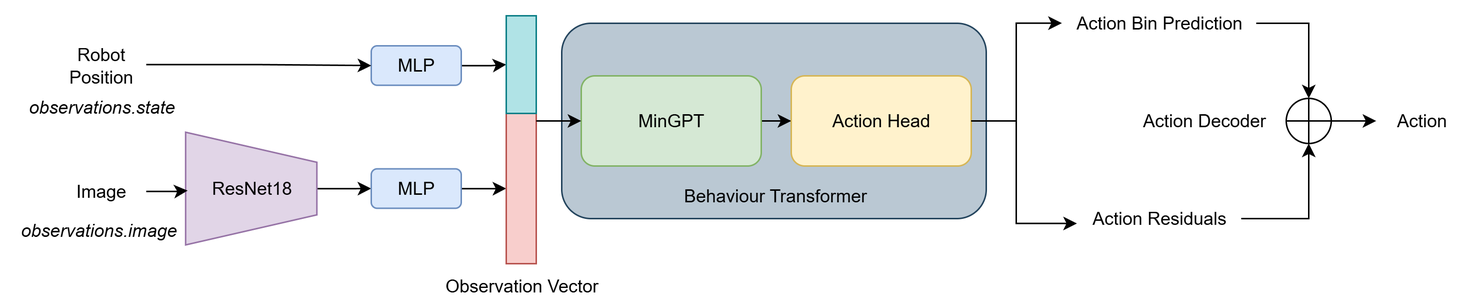
Above: figures/BeT_architecture.png in gautham-98/BeT-PushT (draw.io), before the change. Source tidied: cells renumbered, new cells last; positions are measured from the earlier drawing's top-left corner, leaving out a move shared by most shapes.
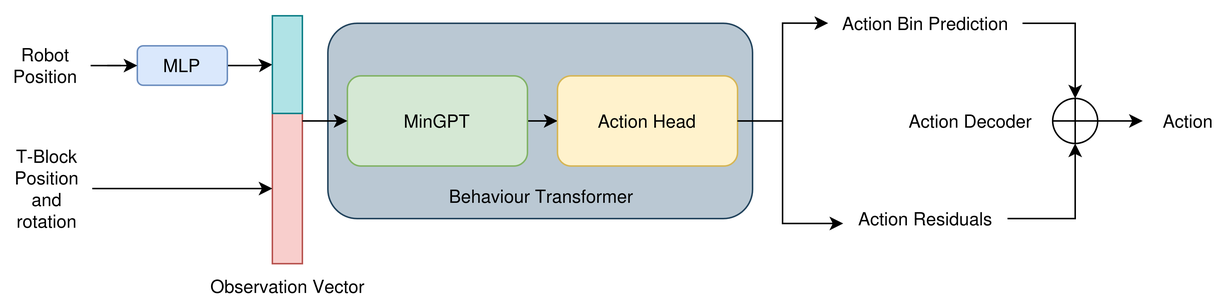
Above is the later version.

Change to the diagram source:
```diff
@@ -54,62 +54,41 @@
     <mxCell id="15" value="Action Decoder" style="text;html=1;align=center;verticalAlign=middle;strokeColor=none;fillColor=none;" parent="1" vertex="1">
       <mxGeometry x="748" y="65" width="110" height="30" as="geometry" />
     </mxCell>
-    <mxCell id="16" style="edgeStyle=orthogonalEdgeStyle;rounded=0;jettySize=auto;html=1;entryX=0;entryY=0.5;entryDx=0;entryDy=0;" parent="1" edge="1" source="17" target="20">
+    <mxCell id="16" style="edgeStyle=orthogonalEdgeStyle;rounded=0;jettySize=auto;html=1;entryX=0;entryY=0.5;entryDx=0;entryDy=0;" parent="1" edge="1" source="17" target="19">
       <mxGeometry relative="1" as="geometry" />
     </mxCell>
-    <mxCell id="17" style="shape=trapezoid;perimeter=trapezoidPerimeter;whiteSpace=wrap;html=1;fixedSize=1;rotation=90;fillColor=#e1d5e7;strokeColor=#9673a6;" parent="1" vertex="1">
-      <mxGeometry x="130.5" y="81.3" width="75" height="87.5" as="geometry" />
+    <mxCell id="17" value="MLP" style="rounded=1;whiteSpace=wrap;html=1;fillColor=#dae8fc;strokeColor=#6c8ebf;" parent="1" vertex="1">
+      <mxGeometry x="248" y="30" width="60" height="26.2" as="geometry" />
     </mxCell>
-    <mxCell id="18" value="ResNet18" style="text;html=1;align=center;verticalAlign=middle;points=[];strokeColor=none;fillColor=none;" parent="1" vertex="1">
-      <mxGeometry x="128" y="110" width="80" height="30" as="geometry" />
+    <mxCell id="18" style="rounded=0;whiteSpace=wrap;html=1;fillColor=#f8cecc;strokeColor=#b85450;" parent="1" vertex="1">
+      <mxGeometry x="338" y="75" width="20" height="100" as="geometry" />
     </mxCell>
-    <mxCell id="19" style="edgeStyle=orthogonalEdgeStyle;rounded=0;jettySize=auto;html=1;" parent="1" edge="1" source="20" target="23">
-      <mxGeometry relative="1" as="geometry" />
+    <mxCell id="19" style="rounded=0;whiteSpace=wrap;html=1;fillColor=#b0e3e6;strokeColor=#0e8088;" parent="1" vertex="1">
+      <mxGeometry x="338" y="10" width="20" height="65" as="geometry" />
     </mxCell>
-    <mxCell id="20" value="MLP" style="rounded=1;whiteSpace=wrap;html=1;fillColor=#dae8fc;strokeColor=#6c8ebf;" parent="1" vertex="1">
-      <mxGeometry x="248" y="111.9" width="60" height="26.2" as="geometry" />
+    <mxCell id="20" style="edgeStyle=orthogonalEdgeStyle;rounded=0;jettySize=auto;html=1;entryX=0;entryY=0.5;entryDx=0;entryDy=0;" parent="1" edge="1" source="21" target="18">
+      <mxGeometry relative="1" as="geometry" />
     </mxCell>
-    <mxCell id="21" style="edgeStyle=orthogonalEdgeStyle;rounded=0;jettySize=auto;html=1;entryX=0;entryY=0.5;entryDx=0;entryDy=0;" parent="1" edge="1" source="22" target="24">
-      <mxGeometry relative="1" as="geometry" />
+    <mxCell id="21" value="T-Block&lt;br&gt;Position and rotation" style="text;html=1;align=center;verticalAlign=middle;whiteSpace=wrap;rounded=0;" parent="1" vertex="1">
+      <mxGeometry x="158" y="110" width="60" height="30" as="geometry" />
     </mxCell>
-    <mxCell id="22" value="MLP" style="rounded=1;whiteSpace=wrap;html=1;fillColor=#dae8fc;strokeColor=#6c8ebf;" parent="1" vertex="1">
-      <mxGeometry x="248" y="30" width="60" height="26.2" as="geometry" />
+    <mxCell id="22" style="edgeStyle=orthogonalEdgeStyle;rounded=0;jettySize=auto;html=1;entryX=0;entryY=0.5;entryDx=0;entryDy=0;" parent="1" edge="1" source="23" target="17">
+      <mxGeometry relative="1" as="geometry" />
     </mxCell>
-    <mxCell id="23" style="rounded=0;whiteSpace=wrap;html=1;fillColor=#f8cecc;strokeColor=#b85450;" parent="1" vertex="1">
-      <mxGeometry x="338" y="75" width="20" height="100" as="geometry" />
+    <mxCell id="23" value="Robot Position" style="text;html=1;align=center;verticalAlign=middle;whiteSpace=wrap;rounded=0;" parent="1" vertex="1">
+      <mxGeometry x="157" y="28.1" width="60" height="30" as="geometry" />
     </mxCell>
-    <mxCell id="24" style="rounded=0;whiteSpace=wrap;html=1;fillColor=#b0e3e6;strokeColor=#0e8088;" parent="1" vertex="1">
-      <mxGeometry x="338" y="10" width="20" height="65" as="geometry" />
+    <mxCell id="24" style="edgeStyle=orthogonalEdgeStyle;rounded=0;orthogonalLoop=1;jettySize=auto;html=1;" parent="1" edge="1">
+      <mxGeometry relative="1" as="geometry">
+        <mxPoint x="358" y="80" as="sourcePoint" />
+        <mxPoint x="388" y="80" as="targetPoint" />
+      </mxGeometry>
     </mxCell>
-    <mxCell id="25" value="Image" style="text;html=1;align=center;verticalAlign=middle;whiteSpace=wrap;rounded=0;" parent="1" vertex="1">
-      <mxGeometry x="38" y="111.9" width="60" height="30" as="geometry" />
+    <mxCell id="25" value="Behaviour Transformer" style="text;html=1;align=center;verticalAlign=middle;points=[];strokeColor=none;fillColor=none;" parent="1" vertex="1">
+      <mxGeometry x="441.5" y="115" width="150" height="30" as="geometry" />
     </mxCell>
-    <mxCell id="26" style="edgeStyle=orthogonalEdgeStyle;rounded=0;jettySize=auto;html=1;entryX=-0.03;entryY=0.545;entryDx=0;entryDy=0;entryPerimeter=0;" parent="1" edge="1" source="25" target="18">
-      <mxGeometry relative="1" as="geometry" />
+    <mxCell id="26" value="Observation Vector" style="text;html=1;align=center;verticalAlign=middle;strokeColor=none;fillColor=none;" parent="1" vertex="1">
+      <mxGeometry x="283" y="175" width="130" height="30" as="geometry" />
     </mxCell>
-    <mxCell id="27" style="edgeStyle=orthogonalEdgeStyle;rounded=0;jettySize=auto;html=1;entryX=0;entryY=0.5;entryDx=0;entryDy=0;" parent="1" edge="1" source="28" target="22">
-      <mxGeometry relative="1" as="geometry" />
-    </mxCell>
-    <mxCell id="28" value="Robot Position" style="text;html=1;align=center;verticalAlign=middle;whiteSpace=wrap;rounded=0;" parent="1" vertex="1">
-      <mxGeometry x="38" y="27.5" width="60" height="30" as="geometry" />
-    </mxCell>
-    <mxCell id="29" style="edgeStyle=orthogonalEdgeStyle;rounded=0;orthogonalLoop=1;jettySize=auto;html=1;" parent="1" edge="1">
-      <mxGeometry relative="1" as="geometry">
-        <mxPoint x="358" y="80" as="sourcePoint" />
-        <mxPoint x="388" y="80" as="targetPoint" />
-      </mxGeometry>
-    </mxCell>
-    <mxCell id="30" value="Behaviour Transformer" style="text;html=1;align=center;verticalAlign=middle;strokeColor=none;fillColor=none;" parent="1" vertex="1">
-      <mxGeometry x="441.5" y="115" width="150" height="30" as="geometry" />
-    </mxCell>
-    <mxCell id="31" value="Observation Vector" style="text;html=1;align=center;verticalAlign=middle;strokeColor=none;fillColor=none;" parent="1" vertex="1">
-      <mxGeometry x="283" y="175" width="130" height="30" as="geometry" />
-    </mxCell>
-    <mxCell id="32" value="&lt;i&gt;observations.image&lt;/i&gt;" style="text;html=1;align=center;verticalAlign=middle;strokeColor=none;fillColor=none;" parent="1" vertex="1">
-      <mxGeometry x="0.5" y="138.1" width="130" height="30" as="geometry" />
-    </mxCell>
-    <mxCell id="33" value="&lt;i&gt;observations.state&lt;/i&gt;" style="text;html=1;align=center;verticalAlign=middle;strokeColor=none;fillColor=none;" parent="1" vertex="1">
-      <mxGeometry x="8" y="56.2" width="120" height="30" as="geometry" />
-    </mxCell>
   </root>
 </mxGraphModel>
```
